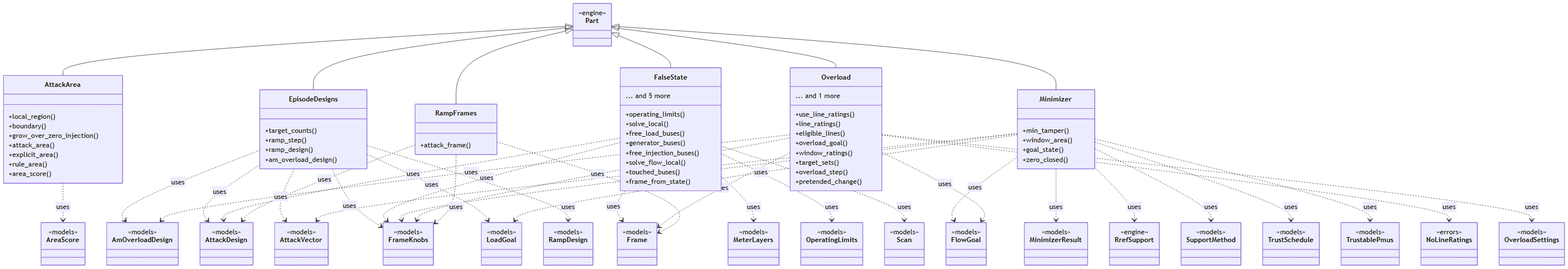
Earlier version of the Mermaid export docs/figures/diagrams/classes_attacks.png (myersben9/fdia-graph). Its source is kept beside it as docs/figures/diagrams/classes_attacks.mmd.
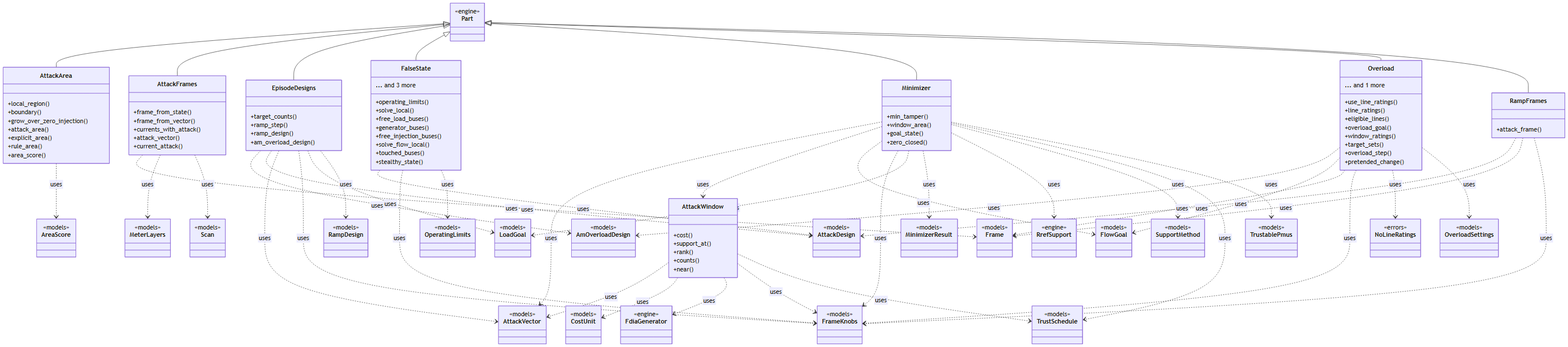
Later version of the same file.

The edit, as a diff of the source:
```diff
@@ -16,14 +16,28 @@
         +free_injection_buses()
         +solve_flow_local()
         +touched_buses()
+        +stealthy_state()
+        ... and 3 more
+    }
+    class AttackFrames {
         +frame_from_state()
-        ... and 5 more
+        +frame_from_vector()
+        +currents_with_attack()
+        +attack_vector()
+        +current_attack()
     }
     class Minimizer {
         +min_tamper()
         +window_area()
         +goal_state()
         +zero_closed()
+    }
+    class AttackWindow {
+        +cost()
+        +support_at()
+        +rank()
+        +counts()
+        +near()
     }
     class Overload {
         +use_line_ratings()
@@ -56,6 +70,12 @@
     }
     class AttackVector {
         <<models>>
+    }
+    class CostUnit {
+        <<models>>
+    }
+    class FdiaGenerator {
+        <<engine>>
     }
     class FlowGoal {
         <<models>>
@@ -106,12 +126,21 @@
         <<models>>
     }
     Part <|-- AttackArea
+    Part <|-- AttackFrames
     Part <|-- EpisodeDesigns
     Part <|-- FalseState
     Part <|-- Minimizer
     Part <|-- Overload
     Part <|-- RampFrames
     AttackArea ..> AreaScore : uses
+    AttackFrames ..> Frame : uses
+    AttackFrames ..> MeterLayers : uses
+    AttackFrames ..> Scan : uses
+    AttackWindow ..> AttackVector : uses
+    AttackWindow ..> CostUnit : uses
+    AttackWindow ..> FdiaGenerator : uses
+    AttackWindow ..> FrameKnobs : uses
+    AttackWindow ..> TrustSchedule : uses
     EpisodeDesigns ..> AmOverloadDesign : uses
     EpisodeDesigns ..> AttackDesign : uses
     EpisodeDesigns ..> AttackVector : uses
@@ -119,12 +148,10 @@
     EpisodeDesigns ..> LoadGoal : uses
     EpisodeDesigns ..> RampDesign : uses
     FalseState ..> AttackDesign : uses
-    FalseState ..> Frame : uses
     FalseState ..> FrameKnobs : uses
-    FalseState ..> MeterLayers : uses
     FalseState ..> OperatingLimits : uses
-    FalseState ..> Scan : uses
     Minimizer ..> AttackVector : uses
+    Minimizer ..> AttackWindow : uses
     Minimizer ..> FlowGoal : uses
     Minimizer ..> FrameKnobs : uses
     Minimizer ..> LoadGoal : uses
```
